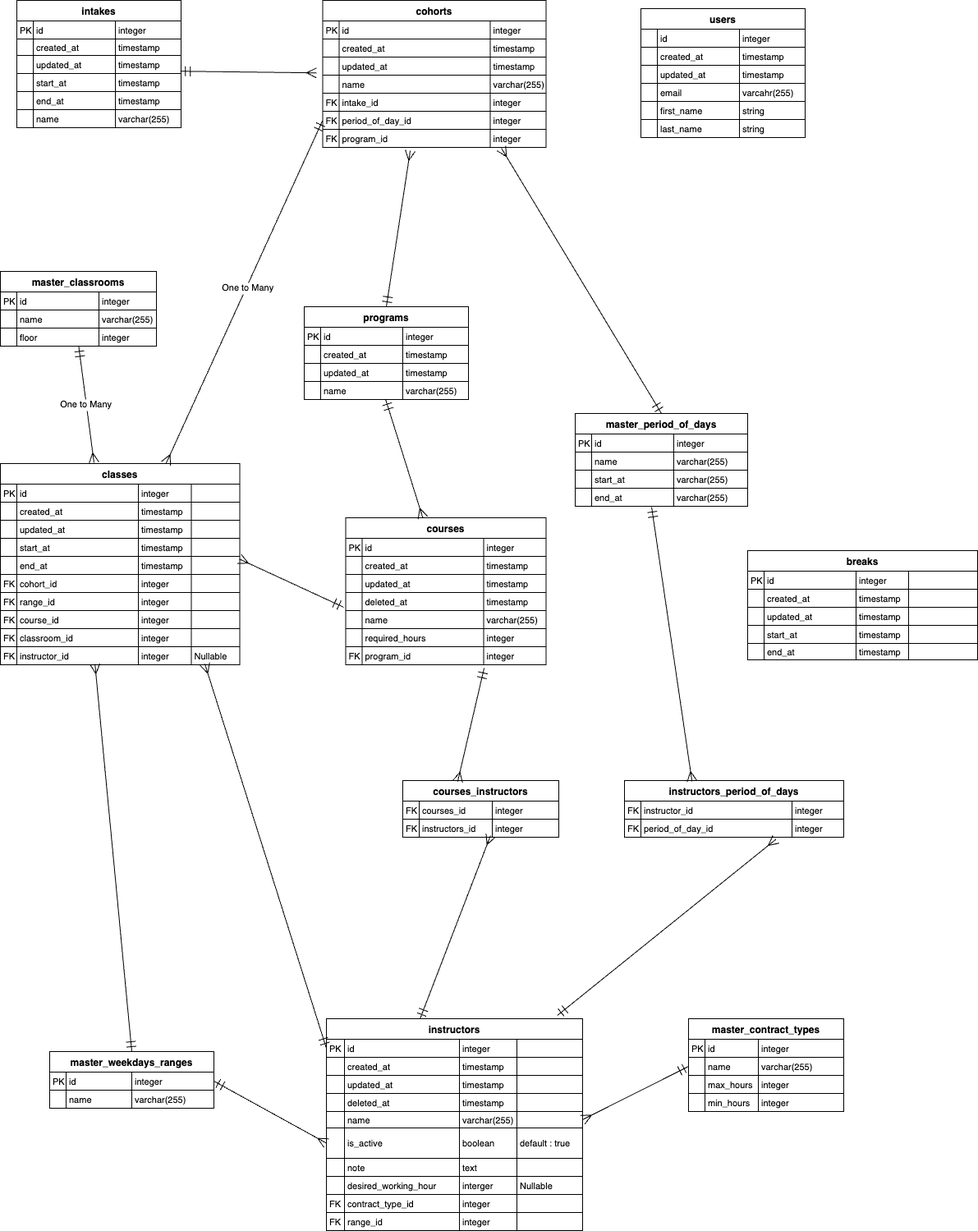
Above: docs/backend/database/ERD.png in kanta1207/program-schedular-app (draw.io), before the change. Source tidied: cells renumbered, new cells last; positions are measured from the earlier drawing's top-left corner, leaving out a move shared by most shapes.
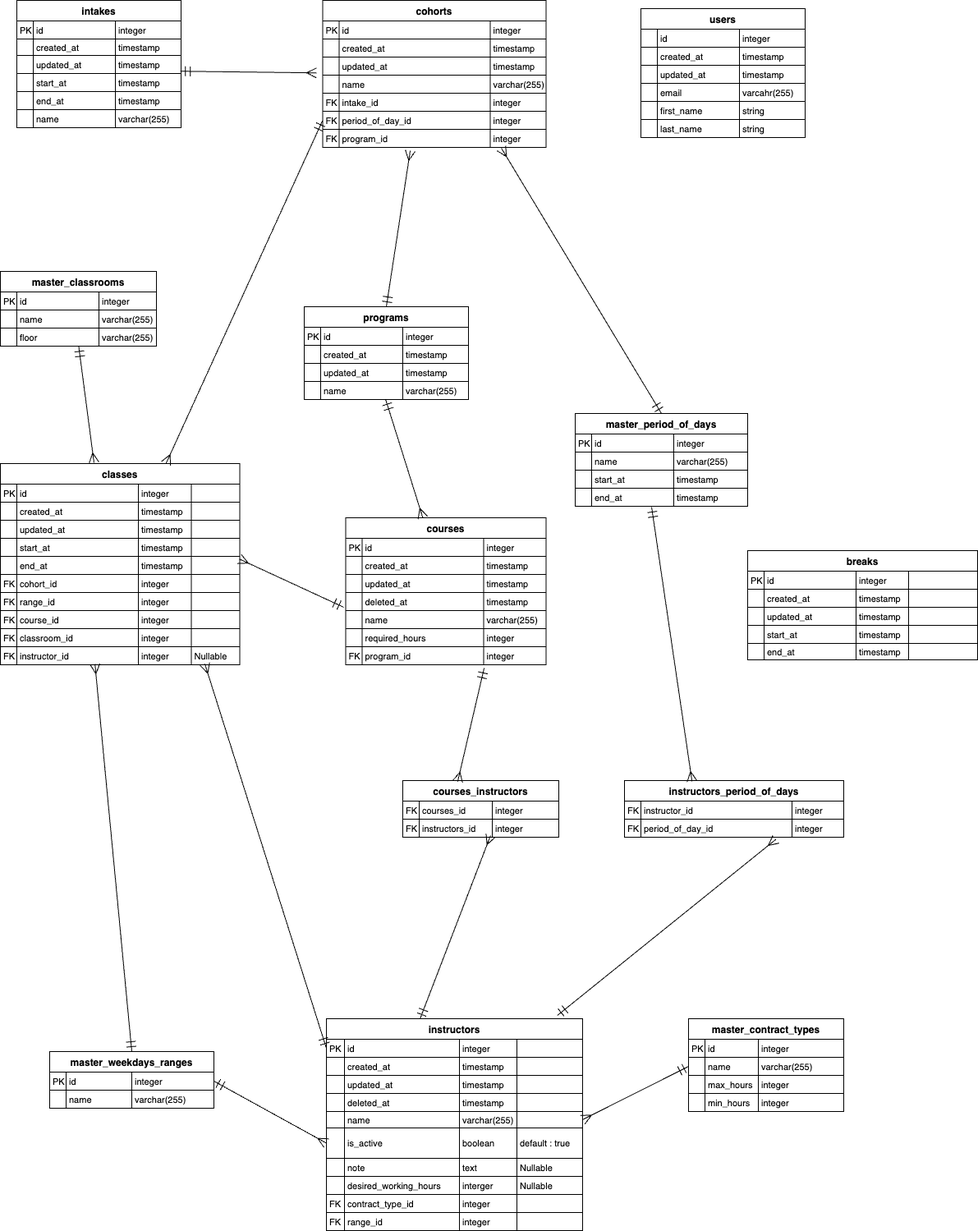
After the change.

Change to the diagram source:
```diff
@@ -491,7 +491,7 @@
     <mxCell id="164" value="floor" style="shape=partialRectangle;fillColor=none;top=0;left=0;bottom=0;right=0;align=left;spacingLeft=2;overflow=hidden;fontSize=11;" parent="162" vertex="1">
       <mxGeometry x="20" width="100" height="22" as="geometry" />
     </mxCell>
-    <mxCell id="165" value="integer" style="shape=partialRectangle;fillColor=none;top=0;left=0;bottom=0;right=0;align=left;spacingLeft=2;overflow=hidden;fontSize=11;" parent="162" vertex="1">
+    <mxCell id="165" value="varchar(255)" style="shape=partialRectangle;fillColor=none;top=0;left=0;bottom=0;right=0;align=left;spacingLeft=2;overflow=hidden;fontSize=11;" parent="162" vertex="1">
       <mxGeometry x="120" width="70" height="22" as="geometry" />
     </mxCell>
     <mxCell id="166" value="instructors" style="shape=table;startSize=25;rowLines=1;fontStyle=1;align=center;" parent="1" vertex="1">
@@ -599,7 +599,7 @@
     <mxCell id="200" value="text" style="shape=partialRectangle;fillColor=none;top=0;left=0;bottom=0;right=0;align=left;spacingLeft=2;overflow=hidden;fontSize=11;" parent="197" vertex="1">
       <mxGeometry x="162" width="70" height="22" as="geometry" />
     </mxCell>
-    <mxCell id="201" style="shape=partialRectangle;fillColor=none;top=0;left=0;bottom=0;right=0;align=left;spacingLeft=2;overflow=hidden;fontSize=11;" parent="197" vertex="1">
+    <mxCell id="201" value="Nullable" style="shape=partialRectangle;fillColor=none;top=0;left=0;bottom=0;right=0;align=left;spacingLeft=2;overflow=hidden;fontSize=11;" parent="197" vertex="1">
       <mxGeometry x="232" width="80" height="22" as="geometry" />
     </mxCell>
     <mxCell id="202" style="shape=tableRow;horizontal=0;startSize=0;swimlaneHead=0;swimlaneBody=0;fillColor=none;top=0;left=0;right=0;bottom=0;" parent="166" vertex="1">
@@ -608,7 +608,7 @@
     <mxCell id="203" style="shape=partialRectangle;fillColor=none;top=0;left=0;bottom=0;right=0;align=left;spacingLeft=2;overflow=hidden;fontSize=11;" parent="202" vertex="1">
       <mxGeometry width="22" height="22" as="geometry" />
     </mxCell>
-    <mxCell id="204" value="desired_working_hour" style="shape=partialRectangle;fillColor=none;top=0;left=0;bottom=0;right=0;align=left;spacingLeft=2;overflow=hidden;fontSize=11;" parent="202" vertex="1">
+    <mxCell id="204" value="desired_working_hours" style="shape=partialRectangle;fillColor=none;top=0;left=0;bottom=0;right=0;align=left;spacingLeft=2;overflow=hidden;fontSize=11;" parent="202" vertex="1">
       <mxGeometry x="22" width="140" height="22" as="geometry" />
     </mxCell>
     <mxCell id="205" value="interger" style="shape=partialRectangle;fillColor=none;top=0;left=0;bottom=0;right=0;align=left;spacingLeft=2;overflow=hidden;fontSize=11;" parent="202" vertex="1">
@@ -710,7 +710,7 @@
     <mxCell id="237" value="start_at" style="shape=partialRectangle;fillColor=none;top=0;left=0;bottom=0;right=0;align=left;spacingLeft=2;overflow=hidden;fontSize=11;" parent="235" vertex="1">
       <mxGeometry x="20" width="100" height="22" as="geometry" />
     </mxCell>
-    <mxCell id="238" value="varchar(255)" style="shape=partialRectangle;fillColor=none;top=0;left=0;bottom=0;right=0;align=left;spacingLeft=2;overflow=hidden;fontSize=11;" parent="235" vertex="1">
+    <mxCell id="238" value="timestamp" style="shape=partialRectangle;fillColor=none;top=0;left=0;bottom=0;right=0;align=left;spacingLeft=2;overflow=hidden;fontSize=11;" parent="235" vertex="1">
       <mxGeometry x="120" width="90" height="22" as="geometry" />
     </mxCell>
     <mxCell id="239" style="shape=tableRow;horizontal=0;startSize=0;swimlaneHead=0;swimlaneBody=0;fillColor=none;points=[[0,0.5],[1,0.5]];portConstraint=eastwest;top=0;left=0;right=0;bottom=0;" parent="226" vertex="1">
@@ -722,7 +722,7 @@
     <mxCell id="241" value="end_at" style="shape=partialRectangle;fillColor=none;top=0;left=0;bottom=0;right=0;align=left;spacingLeft=2;overflow=hidden;fontSize=11;" parent="239" vertex="1">
       <mxGeometry x="20" width="100" height="22" as="geometry" />
     </mxCell>
-    <mxCell id="242" value="varchar(255)" style="shape=partialRectangle;fillColor=none;top=0;left=0;bottom=0;right=0;align=left;spacingLeft=2;overflow=hidden;fontSize=11;" parent="239" vertex="1">
+    <mxCell id="242" value="timestamp" style="shape=partialRectangle;fillColor=none;top=0;left=0;bottom=0;right=0;align=left;spacingLeft=2;overflow=hidden;fontSize=11;" parent="239" vertex="1">
       <mxGeometry x="120" width="90" height="22" as="geometry" />
     </mxCell>
     <mxCell id="243" value="instructors_period_of_days" style="shape=table;startSize=25;rowLines=1;fontStyle=1;align=center;" parent="1" vertex="1">
@@ -911,7 +911,7 @@
     <mxCell id="304" style="startArrow=ERmandOne;startSize=10;endArrow=ERmany;endSize=10;exitX=0.5;exitY=0;rounded=0;exitDx=0;exitDy=0;entryX=0.392;entryY=1.182;entryDx=0;entryDy=0;entryPerimeter=0;" parent="1" edge="1" source="56" target="52">
       <mxGeometry relative="1" as="geometry" />
     </mxCell>
-    <mxCell id="305" value="One to Many" style="startArrow=ERmandOne;startSize=10;endArrow=ERmany;endSize=10;rounded=0;exitX=0;exitY=0.5;exitDx=0;exitDy=0;" parent="1" edge="1" source="48" target="73">
+    <mxCell id="305" style="startArrow=ERmandOne;startSize=10;endArrow=ERmany;endSize=10;rounded=0;exitX=0;exitY=0.5;exitDx=0;exitDy=0;" parent="1" edge="1" source="48" target="73">
       <mxGeometry x="-0.03" y="2" relative="1" as="geometry" />
     </mxCell>
     <mxCell id="306" style="curved=1;startArrow=ERmandOne;startSize=10;endArrow=ERmany;endSize=10;exitX=0.49578450520833334;exitY=1;rounded=0;" parent="1" edge="1" source="56" target="124">
@@ -944,8 +944,8 @@
     <mxCell id="315" style="curved=1;startArrow=ERmandOne;startSize=10;endArrow=ERmany;endSize=10;entryX=0.395;entryY=0.955;rounded=0;entryDx=0;entryDy=0;exitX=0.5;exitY=0;exitDx=0;exitDy=0;entryPerimeter=0;" parent="1" edge="1" source="269" target="119">
       <mxGeometry relative="1" as="geometry" />
     </mxCell>
-    <mxCell id="316" value="One to Many" style="startArrow=ERmandOne;startSize=10;endArrow=ERmany;endSize=10;exitX=0.502;exitY=1.02;rounded=0;exitDx=0;exitDy=0;entryX=0.391;entryY=-0.004;entryDx=0;entryDy=0;exitPerimeter=0;entryPerimeter=0;" parent="1" edge="1" source="162" target="73">
-      <mxGeometry relative="1" as="geometry" />
+    <mxCell id="316" style="startArrow=ERmandOne;startSize=10;endArrow=ERmany;endSize=10;exitX=0.502;exitY=1.02;rounded=0;exitDx=0;exitDy=0;entryX=0.391;entryY=-0.004;entryDx=0;entryDy=0;exitPerimeter=0;entryPerimeter=0;" parent="1" edge="1" source="162" target="73">
+      <mxGeometry x="0.12" y="4" relative="1" as="geometry" />
     </mxCell>
     <mxCell id="317" style="startArrow=ERmandOne;startSize=10;endArrow=ERmany;endSize=10;exitX=1;exitY=0.5;rounded=0;exitDx=0;exitDy=0;entryX=0;entryY=0.5;entryDx=0;entryDy=0;" parent="1" edge="1" source="270" target="192">
       <mxGeometry x="-0.03" y="-11" relative="1" as="geometry" />
```
